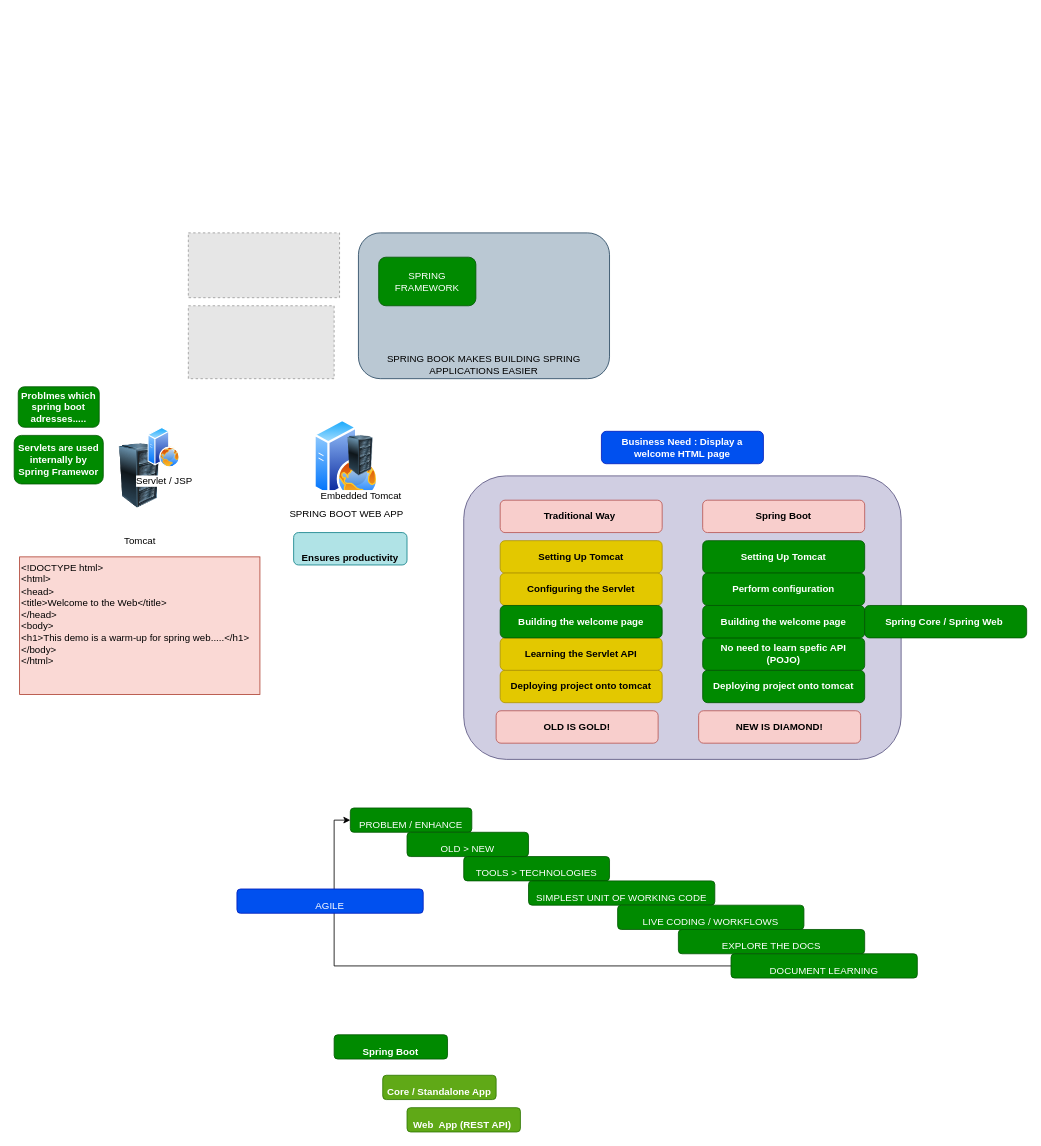
This is page "SPRING BOOT" (8 of 9) of SPRING/spring.drawio from nathub071122/natGIT, a draw.io file, before an edit. Source tidied: cells renumbered, new cells numbered last; positions are measured from the earlier drawing's top-left corner, leaving out a move shared by most shapes. Both pictures are drawn from the tidied source at 81%, with x=0, y=0 at pixel (14, 232). Pictures stored in the file or linked from it are replaced by grey dashed boxes.
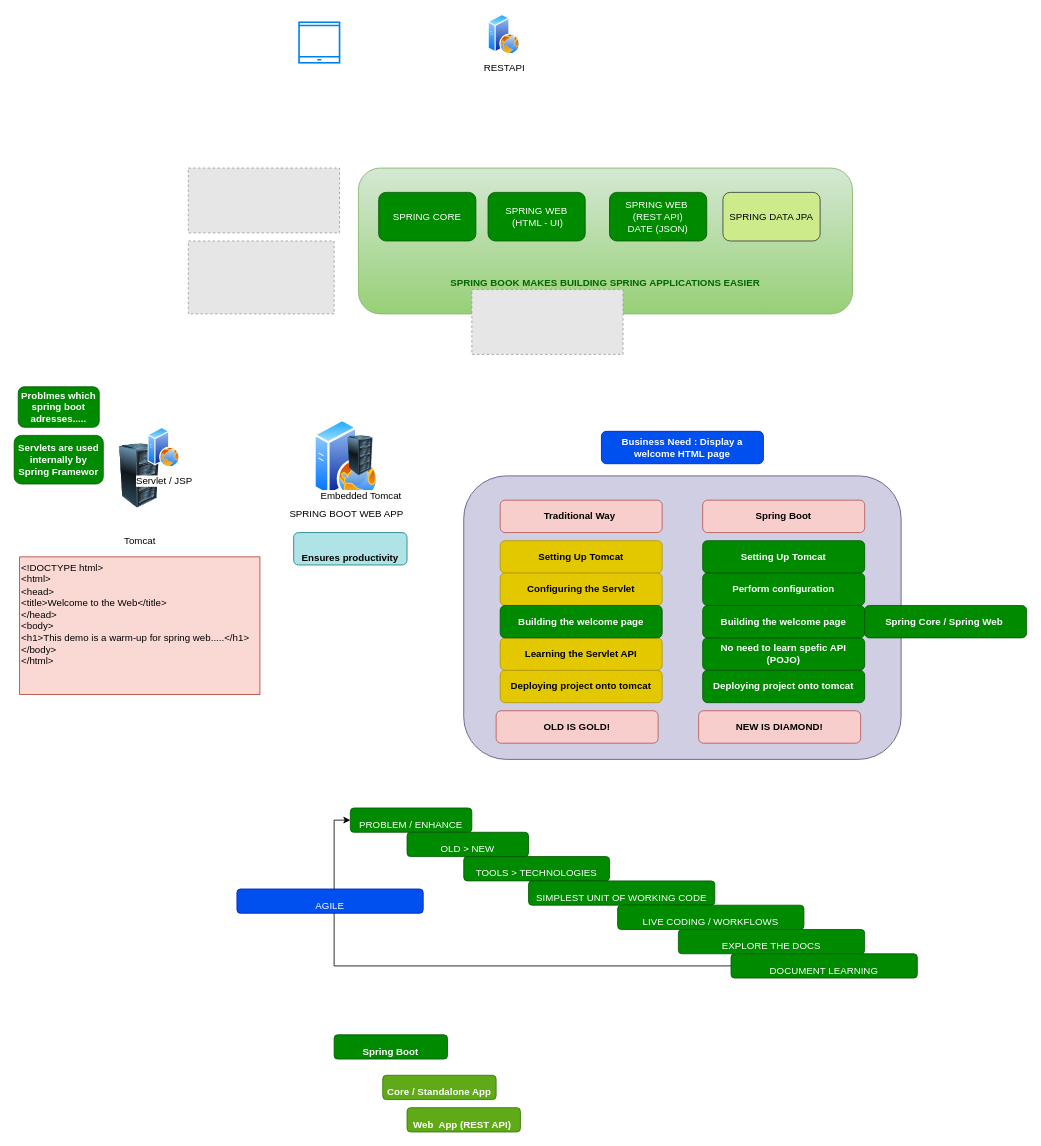
The same page after the edit.

Diff of the diagram source:
```diff
@@
-    <mxCell id="2" value="SPRING BOOK MAKES BUILDING SPRING APPLICATIONS EASIER" style="rounded=1;whiteSpace=wrap;html=1;fillColor=#bac8d3;strokeColor=#23445d;verticalAlign=bottom;" parent="1" vertex="1">
-      <mxGeometry x="425" width="310" height="180" as="geometry" />
+    <mxCell id="2" value="&lt;b&gt;&lt;font color=&quot;#006600&quot;&gt;SPRING BOOK MAKES BUILDING SPRING APPLICATIONS EASIER&lt;br&gt;&lt;br&gt;&lt;br&gt;&lt;/font&gt;&lt;/b&gt;" style="rounded=1;whiteSpace=wrap;html=1;fillColor=#d5e8d4;strokeColor=#82b366;verticalAlign=bottom;gradientColor=#97d077;" parent="1" vertex="1">
+      <mxGeometry x="425" y="-80" width="610" height="180" as="geometry" />
     </mxCell>
     <mxCell id="3" style="fillColor=#E6E6E6;strokeColor=#999999;dashed=1;verticalLabelPosition=bottom;labelBackgroundColor=#ffffff;verticalAlign=top;" parent="1" vertex="1">
-      <mxGeometry x="215" y="90" width="180" height="90" as="geometry" />
+      <mxGeometry x="215" y="10" width="180" height="90" as="geometry" />
     </mxCell>
     <mxCell id="4" style="fillColor=#E6E6E6;strokeColor=#999999;dashed=1;verticalLabelPosition=bottom;labelBackgroundColor=#ffffff;verticalAlign=top;" parent="1" vertex="1">
-      <mxGeometry x="215" width="186.7" height="80" as="geometry" />
+      <mxGeometry x="215" y="-80" width="186.7" height="80" as="geometry" />
     </mxCell>
-    <mxCell id="5" value="SPRING FRAMEWORK" style="rounded=1;whiteSpace=wrap;html=1;fillColor=#008a00;strokeColor=#005700;verticalAlign=middle;fontColor=#ffffff;" parent="1" vertex="1">
-      <mxGeometry x="450" y="30" width="120" height="60" as="geometry" />
+    <mxCell id="5" value="SPRING CORE" style="rounded=1;whiteSpace=wrap;html=1;fillColor=#008a00;strokeColor=#005700;verticalAlign=middle;fontColor=#ffffff;" parent="1" vertex="1">
+      <mxGeometry x="450" y="-50" width="120" height="60" as="geometry" />
     </mxCell>
@@
+    <mxCell id="43" style="fillColor=#E6E6E6;strokeColor=#999999;dashed=1;verticalLabelPosition=bottom;labelBackgroundColor=#ffffff;verticalAlign=top;" parent="1" vertex="1">
+      <mxGeometry x="565" y="70" width="186.7" height="80" as="geometry" />
+    </mxCell>
+    <mxCell id="44" value="SPRING WEB&lt;br&gt;&amp;nbsp;(HTML - UI)" style="rounded=1;whiteSpace=wrap;html=1;fillColor=#008a00;strokeColor=#005700;verticalAlign=middle;fontColor=#ffffff;" parent="1" vertex="1">
+      <mxGeometry x="585" y="-50" width="120" height="60" as="geometry" />
+    </mxCell>
+    <mxCell id="45" value="SPRING DATA JPA" style="rounded=1;whiteSpace=wrap;html=1;fillColor=#cdeb8b;strokeColor=#36393d;verticalAlign=middle;" parent="1" vertex="1">
+      <mxGeometry x="875" y="-50" width="120" height="60" as="geometry" />
+    </mxCell>
+    <mxCell id="46" value="SPRING WEB&amp;nbsp;&lt;br&gt;(REST API)&lt;br&gt;DATE (JSON)" style="rounded=1;whiteSpace=wrap;html=1;fillColor=#008a00;strokeColor=#005700;verticalAlign=middle;fontColor=#ffffff;" parent="1" vertex="1">
+      <mxGeometry x="735" y="-50" width="120" height="60" as="geometry" />
+    </mxCell>
+    <mxCell id="47" value="RESTAPI" style="perimeter=ellipsePerimeter;html=1;align=center;shadow=0;dashed=0;spacingTop=3;image;image=img/lib/active_directory/web_server.svg;" parent="1" vertex="1">
+      <mxGeometry x="585" y="-270" width="40" height="50" as="geometry" />
+    </mxCell>
+    <mxCell id="48" style="html=1;verticalLabelPosition=bottom;align=center;labelBackgroundColor=#ffffff;verticalAlign=top;strokeWidth=2;strokeColor=#0080F0;shadow=0;dashed=0;shape=mxgraph.ios7.icons.smartphone;" parent="1" vertex="1">
+      <mxGeometry x="351.7" y="-260" width="50" height="50" as="geometry" />
+    </mxCell>
```
